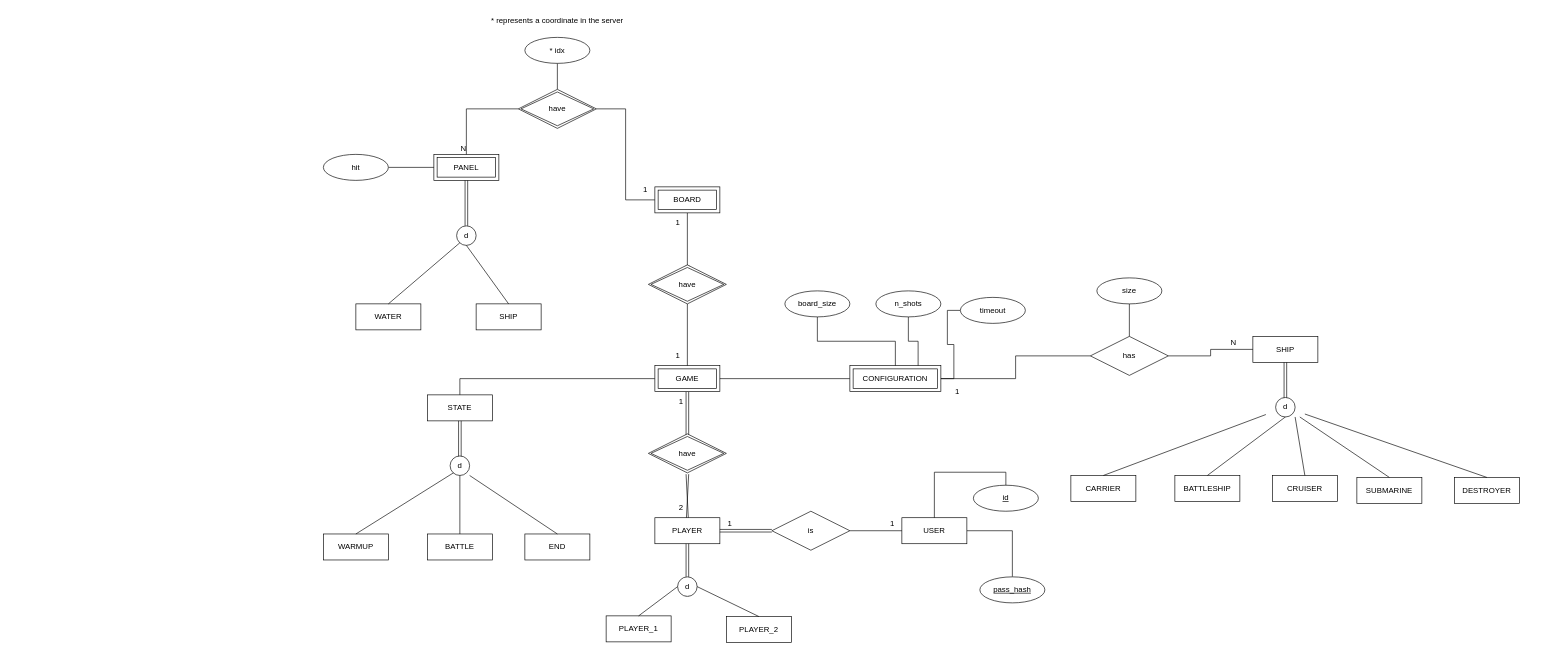
MiguelRocha2001/ISEL-DAW-Battleships-Game keeps this draw.io diagram as code/daw-battleship-game/src/main/sql/diagram.drawio. Above is the earlier version. Source tidied: cells renumbered, new cells numbered last; positions are measured from the earlier drawing's top-left corner, leaving out a move shared by most shapes. Both pictures are drawn from the tidied source at 65%, with x=0, y=0 at pixel (323, 11).
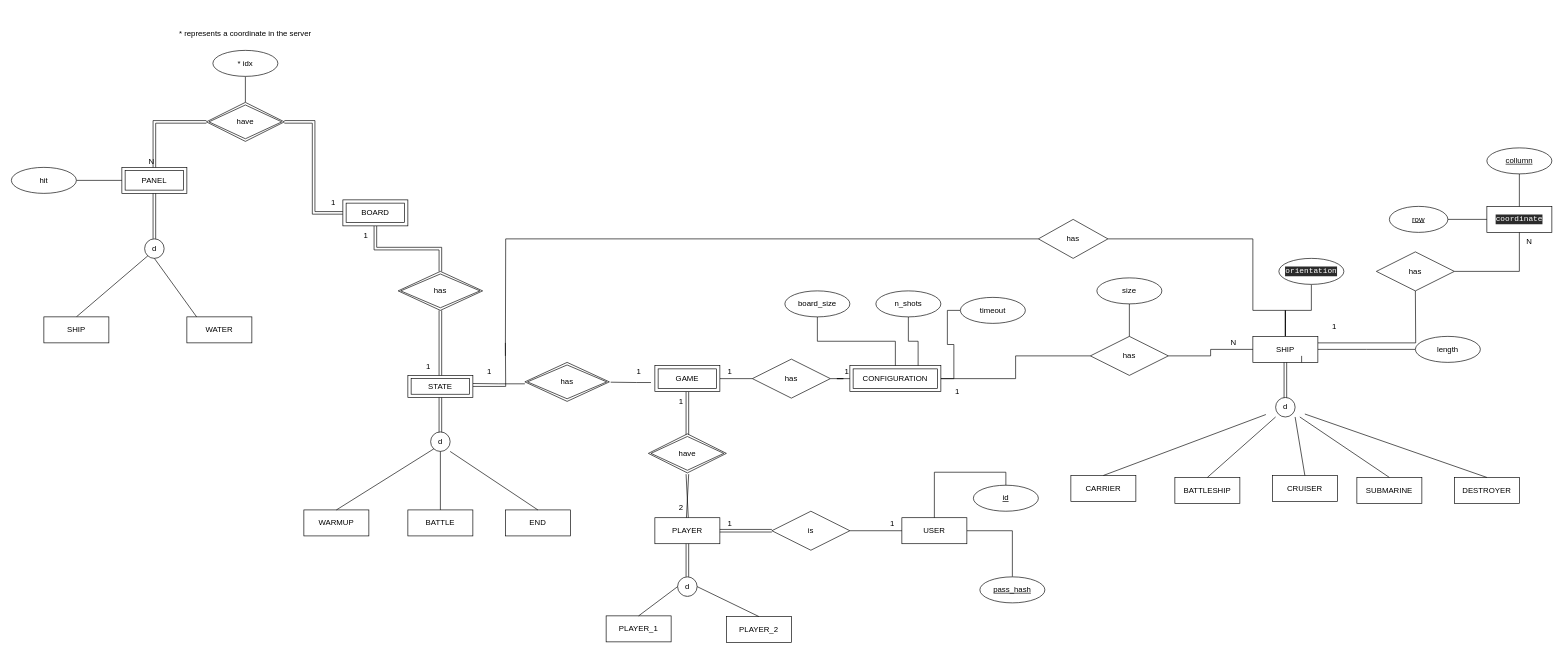
The same page after the edit.

The change refers to these unchanged cells:
```xml
<mxCell id="26" value="GAME" style="shape=ext;margin=3;double=1;whiteSpace=wrap;html=1;align=center;" parent="1" vertex="1">
  <mxGeometry x="510" y="545" width="100" height="40" as="geometry" />
</mxCell>
<mxCell id="40" value="CONFIGURATION" style="shape=ext;margin=3;double=1;whiteSpace=wrap;html=1;align=center;" parent="1" vertex="1">
  <mxGeometry x="810" y="545" width="140" height="40" as="geometry" />
</mxCell>
<mxCell id="47" value="SHIP" style="whiteSpace=wrap;html=1;align=center;" parent="1" vertex="1">
  <mxGeometry x="1430" y="500" width="100" height="40" as="geometry" />
</mxCell>
<mxCell id="51" value="d" style="text;html=1;strokeColor=none;fillColor=none;align=center;verticalAlign=middle;whiteSpace=wrap;rounded=0;" parent="1" vertex="1">
  <mxGeometry x="1450" y="594" width="60" height="30" as="geometry" />
</mxCell>
```

Diff of the diagram source:
```diff
@@
-    <mxCell id="25" style="edgeStyle=orthogonalEdgeStyle;rounded=0;jettySize=auto;html=1;entryX=0.5;entryY=0;entryDx=0;entryDy=0;endArrow=none;endFill=0;" parent="1" edge="1" source="26" target="28">
-      <mxGeometry relative="1" as="geometry" />
-    </mxCell>
+    <mxCell id="92" style="edgeStyle=orthogonalEdgeStyle;rounded=0;jettySize=auto;html=1;fontColor=#FFFFFF;endArrow=none;endFill=0;" parent="1" edge="1" source="26" target="124">
+      <mxGeometry relative="1" as="geometry" />
+    </mxCell>
@@
-    <mxCell id="28" value="STATE" style="whiteSpace=wrap;html=1;align=center;" parent="1" vertex="1">
-      <mxGeometry x="160" y="590" width="100" height="40" as="geometry" />
-    </mxCell>
-    <mxCell id="29" style="shape=link;html=1;rounded=0;exitX=0.5;exitY=1;exitDx=0;exitDy=0;endArrow=none;" parent="1" edge="1" source="28">
-      <mxGeometry relative="1" as="geometry">
-        <mxPoint x="210" y="690" as="targetPoint" />
-      </mxGeometry>
-    </mxCell>
-    <mxCell id="30" value="WARMUP" style="whiteSpace=wrap;html=1;align=center;" parent="1" vertex="1">
-      <mxGeometry y="804" width="100" height="40" as="geometry" />
-    </mxCell>
-    <mxCell id="31" style="ellipse;whiteSpace=wrap;html=1;" parent="1" vertex="1">
-      <mxGeometry x="195" y="684" width="30" height="30" as="geometry" />
-    </mxCell>
-    <mxCell id="32" value="d" style="text;html=1;strokeColor=none;fillColor=none;align=center;verticalAlign=middle;whiteSpace=wrap;rounded=0;" parent="1" vertex="1">
-      <mxGeometry x="180" y="684" width="60" height="30" as="geometry" />
-    </mxCell>
-    <mxCell id="33" style="endArrow=none;html=1;rounded=0;exitX=0.5;exitY=0;exitDx=0;exitDy=0;" parent="1" edge="1" source="30">
-      <mxGeometry relative="1" as="geometry">
-        <mxPoint x="200" y="710" as="targetPoint" />
-      </mxGeometry>
-    </mxCell>
-    <mxCell id="34" value="BATTLE" style="whiteSpace=wrap;html=1;align=center;" parent="1" vertex="1">
-      <mxGeometry x="160" y="804" width="100" height="40" as="geometry" />
-    </mxCell>
-    <mxCell id="35" value="END" style="whiteSpace=wrap;html=1;align=center;" parent="1" vertex="1">
-      <mxGeometry x="310" y="804" width="100" height="40" as="geometry" />
-    </mxCell>
-    <mxCell id="36" style="endArrow=none;html=1;rounded=0;exitX=0.5;exitY=0;exitDx=0;exitDy=0;entryX=0.5;entryY=1;entryDx=0;entryDy=0;" parent="1" edge="1" source="34" target="32">
-      <mxGeometry relative="1" as="geometry" />
-    </mxCell>
-    <mxCell id="37" style="endArrow=none;html=1;rounded=0;exitX=0.5;exitY=0;exitDx=0;exitDy=0;entryX=0.75;entryY=1;entryDx=0;entryDy=0;" parent="1" edge="1" source="35" target="32">
-      <mxGeometry relative="1" as="geometry" />
-    </mxCell>
-    <mxCell id="38" style="edgeStyle=orthogonalEdgeStyle;rounded=0;jettySize=auto;html=1;endArrow=none;endFill=0;" parent="1" edge="1" source="40" target="26">
-      <mxGeometry relative="1" as="geometry" />
-    </mxCell>
@@
+    <mxCell id="93" style="edgeStyle=orthogonalEdgeStyle;rounded=0;jettySize=auto;html=1;entryX=0.5;entryY=1;entryDx=0;entryDy=0;endArrow=none;endFill=0;" parent="1" edge="1" source="47" target="111">
+      <mxGeometry relative="1" as="geometry" />
+    </mxCell>
+    <mxCell id="94" style="edgeStyle=orthogonalEdgeStyle;rounded=0;jettySize=auto;html=1;exitX=1;exitY=0.25;exitDx=0;exitDy=0;entryX=0;entryY=0.5;entryDx=0;entryDy=0;endArrow=none;endFill=0;" parent="1" edge="1" source="47">
+      <mxGeometry relative="1" as="geometry">
+        <mxPoint x="1680" y="430" as="targetPoint" />
+      </mxGeometry>
+    </mxCell>
+    <mxCell id="95" style="edgeStyle=orthogonalEdgeStyle;rounded=0;jettySize=auto;html=1;endArrow=none;endFill=0;" parent="1" edge="1" source="47">
+      <mxGeometry relative="1" as="geometry">
+        <mxPoint x="1680" y="520" as="targetPoint" />
+      </mxGeometry>
+    </mxCell>
+    <mxCell id="96" style="edgeStyle=orthogonalEdgeStyle;rounded=0;jettySize=auto;html=1;exitX=0.5;exitY=0;exitDx=0;exitDy=0;fontColor=#FFFFFF;endArrow=none;endFill=0;" parent="1" edge="1" source="47">
+      <mxGeometry relative="1" as="geometry">
+        <mxPoint x="1480" y="460" as="targetPoint" />
+      </mxGeometry>
+    </mxCell>
+    <mxCell id="97" style="edgeStyle=orthogonalEdgeStyle;rounded=0;jettySize=auto;html=1;fontColor=#FFFFFF;endArrow=none;endFill=0;entryX=1;entryY=0.5;entryDx=0;entryDy=0;" parent="1" edge="1" source="47" target="122">
+      <mxGeometry relative="1" as="geometry">
+        <Array as="points">
+          <mxPoint x="1480" y="460" />
+          <mxPoint x="1430" y="460" />
+          <mxPoint x="1430" y="350" />
+        </Array>
+      </mxGeometry>
+    </mxCell>
@@
     <mxCell id="53" value="BATTLESHIP" style="whiteSpace=wrap;html=1;align=center;" parent="1" vertex="1">
-      <mxGeometry x="1310" y="714" width="100" height="40" as="geometry" />
+      <mxGeometry x="1310" y="717" width="100" height="40" as="geometry" />
     </mxCell>
@@
-    <mxCell id="55" style="endArrow=none;html=1;rounded=0;exitX=0.5;exitY=0;exitDx=0;exitDy=0;entryX=0.5;entryY=1;entryDx=0;entryDy=0;" parent="1" edge="1" source="53" target="51">
+    <mxCell id="55" style="endArrow=none;html=1;rounded=0;exitX=0.5;exitY=0;exitDx=0;exitDy=0;entryX=0.25;entryY=1;entryDx=0;entryDy=0;" parent="1" edge="1" source="53" target="51">
       <mxGeometry relative="1" as="geometry" />
     </mxCell>
@@
-    <mxCell id="68" style="edgeStyle=orthogonalEdgeStyle;rounded=0;jettySize=auto;html=1;entryX=0.5;entryY=0.167;entryDx=0;entryDy=0;entryPerimeter=0;" parent="1" edge="1" source="70" target="72">
-      <mxGeometry relative="1" as="geometry" />
-    </mxCell>
-    <mxCell id="69" style="edgeStyle=orthogonalEdgeStyle;rounded=0;jettySize=auto;html=1;entryX=1;entryY=0.5;entryDx=0;entryDy=0;endArrow=none;endFill=0;" parent="1" edge="1" source="70" target="86">
+    <mxCell id="69" style="edgeStyle=orthogonalEdgeStyle;rounded=0;jettySize=auto;html=1;entryX=1;entryY=0.5;entryDx=0;entryDy=0;endArrow=none;endFill=0;shape=link;" parent="1" edge="1" source="70" target="86">
       <mxGeometry relative="1" as="geometry" />
     </mxCell>
+    <mxCell id="98" style="edgeStyle=orthogonalEdgeStyle;rounded=0;jettySize=auto;html=1;entryX=0.5;entryY=0;entryDx=0;entryDy=0;endArrow=none;endFill=0;shape=link;" parent="1" edge="1" source="70" target="107">
+      <mxGeometry relative="1" as="geometry" />
+    </mxCell>
     <mxCell id="70" value="BOARD" style="shape=ext;margin=3;double=1;whiteSpace=wrap;html=1;align=center;" parent="1" vertex="1">
-      <mxGeometry x="510" y="270" width="100" height="40" as="geometry" />
+      <mxGeometry x="30" y="290" width="100" height="40" as="geometry" />
     </mxCell>
-    <mxCell id="71" style="edgeStyle=orthogonalEdgeStyle;rounded=0;jettySize=auto;html=1;endArrow=none;endFill=0;" parent="1" edge="1" source="72" target="26">
-      <mxGeometry relative="1" as="geometry" />
-    </mxCell>
-    <mxCell id="72" value="have" style="shape=rhombus;double=1;perimeter=rhombusPerimeter;whiteSpace=wrap;html=1;align=center;" parent="1" vertex="1">
-      <mxGeometry x="500" y="390" width="120" height="60" as="geometry" />
-    </mxCell>
     <mxCell id="73" value="1" style="text;html=1;align=center;verticalAlign=middle;strokeColor=none;fillColor=none;" parent="1" vertex="1">
-      <mxGeometry x="530" y="515" width="30" height="30" as="geometry" />
+      <mxGeometry x="470" y="540" width="30" height="30" as="geometry" />
     </mxCell>
     <mxCell id="74" value="1" style="text;html=1;align=center;verticalAlign=middle;strokeColor=none;fillColor=none;" parent="1" vertex="1">
-      <mxGeometry x="530" y="310" width="30" height="30" as="geometry" />
+      <mxGeometry x="50" y="330" width="30" height="30" as="geometry" />
     </mxCell>
     <mxCell id="75" value="PANEL" style="shape=ext;margin=3;double=1;whiteSpace=wrap;html=1;align=center;" parent="1" vertex="1">
-      <mxGeometry x="170" y="220" width="100" height="40" as="geometry" />
+      <mxGeometry x="-310" y="240" width="100" height="40" as="geometry" />
     </mxCell>
     <mxCell id="76" value="WATER" style="whiteSpace=wrap;html=1;align=center;" parent="1" vertex="1">
-      <mxGeometry x="50" y="450" width="100" height="40" as="geometry" />
+      <mxGeometry x="-210" y="470" width="100" height="40" as="geometry" />
     </mxCell>
     <mxCell id="77" style="ellipse;whiteSpace=wrap;html=1;" parent="1" vertex="1">
-      <mxGeometry x="205" y="330" width="30" height="30" as="geometry" />
+      <mxGeometry x="-275" y="350" width="30" height="30" as="geometry" />
     </mxCell>
     <mxCell id="78" value="d" style="text;html=1;strokeColor=none;fillColor=none;align=center;verticalAlign=middle;whiteSpace=wrap;rounded=0;" parent="1" vertex="1">
-      <mxGeometry x="190" y="330" width="60" height="30" as="geometry" />
+      <mxGeometry x="-290" y="350" width="60" height="30" as="geometry" />
     </mxCell>
-    <mxCell id="79" style="endArrow=none;html=1;rounded=0;exitX=0.5;exitY=0;exitDx=0;exitDy=0;" parent="1" edge="1" source="76">
+    <mxCell id="79" style="endArrow=none;html=1;rounded=0;exitX=0.5;exitY=0;exitDx=0;exitDy=0;" parent="1" edge="1">
       <mxGeometry relative="1" as="geometry">
-        <mxPoint x="210" y="356" as="targetPoint" />
+        <mxPoint x="-380" y="470" as="sourcePoint" />
+        <mxPoint x="-270" y="376" as="targetPoint" />
       </mxGeometry>
     </mxCell>
     <mxCell id="80" value="SHIP" style="whiteSpace=wrap;html=1;align=center;" parent="1" vertex="1">
-      <mxGeometry x="235" y="450" width="100" height="40" as="geometry" />
+      <mxGeometry x="-430" y="470" width="100" height="40" as="geometry" />
     </mxCell>
-    <mxCell id="81" style="endArrow=none;html=1;rounded=0;exitX=0.5;exitY=0;exitDx=0;exitDy=0;entryX=0.5;entryY=1;entryDx=0;entryDy=0;" parent="1" edge="1" source="80" target="78">
-      <mxGeometry relative="1" as="geometry" />
+    <mxCell id="81" style="endArrow=none;html=1;rounded=0;exitX=0.5;exitY=0;exitDx=0;exitDy=0;entryX=0.5;entryY=1;entryDx=0;entryDy=0;" parent="1" edge="1" target="78">
+      <mxGeometry relative="1" as="geometry">
+        <mxPoint x="-195" y="470" as="sourcePoint" />
+      </mxGeometry>
     </mxCell>
@@
-    <mxCell id="84" style="edgeStyle=orthogonalEdgeStyle;rounded=0;jettySize=auto;html=1;endArrow=none;endFill=0;" parent="1" edge="1" source="86" target="75">
+    <mxCell id="84" style="edgeStyle=orthogonalEdgeStyle;rounded=0;jettySize=auto;html=1;endArrow=none;endFill=0;shape=link;" parent="1" edge="1" source="86" target="75">
       <mxGeometry relative="1" as="geometry" />
     </mxCell>
@@
     <mxCell id="86" value="have" style="shape=rhombus;double=1;perimeter=rhombusPerimeter;whiteSpace=wrap;html=1;align=center;" parent="1" vertex="1">
-      <mxGeometry x="300" y="120" width="120" height="60" as="geometry" />
+      <mxGeometry x="-180" y="140" width="120" height="60" as="geometry" />
     </mxCell>
     <mxCell id="87" value="1" style="text;html=1;align=center;verticalAlign=middle;strokeColor=none;fillColor=none;" parent="1" vertex="1">
-      <mxGeometry x="480" y="259" width="30" height="30" as="geometry" />
+      <mxGeometry y="279" width="30" height="30" as="geometry" />
     </mxCell>
@@
     <mxCell id="89" value="hit" style="ellipse;whiteSpace=wrap;html=1;align=center;" parent="1" vertex="1">
-      <mxGeometry y="220" width="100" height="40" as="geometry" />
+      <mxGeometry x="-480" y="240" width="100" height="40" as="geometry" />
     </mxCell>
     <mxCell id="90" value="* idx" style="ellipse;whiteSpace=wrap;html=1;align=center;" parent="1" vertex="1">
-      <mxGeometry x="310" y="40" width="100" height="40" as="geometry" />
+      <mxGeometry x="-170" y="60" width="100" height="40" as="geometry" />
     </mxCell>
     <mxCell id="91" value="* represents a coordinate in the server" style="text;html=1;strokeColor=none;fillColor=none;align=center;verticalAlign=middle;whiteSpace=wrap;rounded=0;" parent="1" vertex="1">
-      <mxGeometry x="240" width="240" height="30" as="geometry" />
+      <mxGeometry x="-240" y="20" width="240" height="30" as="geometry" />
     </mxCell>
+    <mxCell id="99" value="has" style="shape=rhombus;double=1;perimeter=rhombusPerimeter;whiteSpace=wrap;html=1;align=center;" parent="1" vertex="1">
+      <mxGeometry x="310" y="540" width="130" height="60" as="geometry" />
+    </mxCell>
+    <mxCell id="100" style="shape=link;html=1;rounded=0;exitX=0.5;exitY=1;exitDx=0;exitDy=0;endArrow=none;" parent="1" edge="1">
+      <mxGeometry relative="1" as="geometry">
+        <mxPoint x="180" y="593" as="sourcePoint" />
+        <mxPoint x="180" y="653" as="targetPoint" />
+      </mxGeometry>
+    </mxCell>
+    <mxCell id="30" value="WARMUP" style="whiteSpace=wrap;html=1;align=center;" parent="1" vertex="1">
+      <mxGeometry x="-30" y="767" width="100" height="40" as="geometry" />
+    </mxCell>
+    <mxCell id="101" style="ellipse;whiteSpace=wrap;html=1;" parent="1" vertex="1">
+      <mxGeometry x="165" y="647" width="30" height="30" as="geometry" />
+    </mxCell>
+    <mxCell id="32" value="d" style="text;html=1;strokeColor=none;fillColor=none;align=center;verticalAlign=middle;whiteSpace=wrap;rounded=0;" parent="1" vertex="1">
+      <mxGeometry x="150" y="647" width="60" height="30" as="geometry" />
+    </mxCell>
+    <mxCell id="102" style="endArrow=none;html=1;rounded=0;exitX=0.5;exitY=0;exitDx=0;exitDy=0;" parent="1" edge="1" source="30">
+      <mxGeometry relative="1" as="geometry">
+        <mxPoint x="170" y="673" as="targetPoint" />
+      </mxGeometry>
+    </mxCell>
+    <mxCell id="34" value="BATTLE" style="whiteSpace=wrap;html=1;align=center;" parent="1" vertex="1">
+      <mxGeometry x="130" y="767" width="100" height="40" as="geometry" />
+    </mxCell>
+    <mxCell id="35" value="END" style="whiteSpace=wrap;html=1;align=center;" parent="1" vertex="1">
+      <mxGeometry x="280" y="767" width="100" height="40" as="geometry" />
+    </mxCell>
+    <mxCell id="36" style="endArrow=none;html=1;rounded=0;exitX=0.5;exitY=0;exitDx=0;exitDy=0;entryX=0.5;entryY=1;entryDx=0;entryDy=0;" parent="1" edge="1" source="34" target="32">
+      <mxGeometry relative="1" as="geometry" />
+    </mxCell>
+    <mxCell id="37" style="endArrow=none;html=1;rounded=0;exitX=0.5;exitY=0;exitDx=0;exitDy=0;entryX=0.75;entryY=1;entryDx=0;entryDy=0;" parent="1" edge="1" source="35" target="32">
+      <mxGeometry relative="1" as="geometry" />
+    </mxCell>
+    <mxCell id="103" style="edgeStyle=orthogonalEdgeStyle;rounded=0;orthogonalLoop=1;jettySize=auto;html=1;endArrow=none;endFill=0;" parent="1" edge="1">
+      <mxGeometry relative="1" as="geometry">
+        <mxPoint x="310" y="573" as="sourcePoint" />
+        <mxPoint x="230" y="572.5" as="targetPoint" />
+        <Array as="points">
+          <mxPoint x="270" y="573" />
+        </Array>
+      </mxGeometry>
+    </mxCell>
+    <mxCell id="104" style="edgeStyle=orthogonalEdgeStyle;rounded=0;orthogonalLoop=1;jettySize=auto;html=1;endArrow=none;endFill=0;" parent="1" edge="1">
+      <mxGeometry relative="1" as="geometry">
+        <mxPoint x="504" y="571" as="sourcePoint" />
+        <mxPoint x="442" y="570.5" as="targetPoint" />
+        <Array as="points">
+          <mxPoint x="482" y="571" />
+        </Array>
+      </mxGeometry>
+    </mxCell>
+    <mxCell id="105" value="1" style="text;html=1;align=center;verticalAlign=middle;strokeColor=none;fillColor=none;" parent="1" vertex="1">
+      <mxGeometry x="240" y="540" width="30" height="30" as="geometry" />
+    </mxCell>
+    <mxCell id="106" style="edgeStyle=orthogonalEdgeStyle;rounded=0;jettySize=auto;html=1;fontColor=#FFFFFF;endArrow=none;endFill=0;" parent="1" edge="1" source="28">
+      <mxGeometry relative="1" as="geometry">
+        <mxPoint x="280" y="510" as="targetPoint" />
+      </mxGeometry>
+    </mxCell>
+    <mxCell id="28" value="STATE" style="shape=ext;margin=3;double=1;whiteSpace=wrap;html=1;align=center;" parent="1" vertex="1">
+      <mxGeometry x="130" y="560" width="100" height="34" as="geometry" />
+    </mxCell>
+    <mxCell id="107" value="has" style="shape=rhombus;double=1;perimeter=rhombusPerimeter;whiteSpace=wrap;html=1;align=center;" parent="1" vertex="1">
+      <mxGeometry x="115" y="400" width="130" height="60" as="geometry" />
+    </mxCell>
+    <mxCell id="108" style="endArrow=none;html=1;rounded=0;entryX=0.5;entryY=0;entryDx=0;entryDy=0;exitX=0.5;exitY=1;exitDx=0;exitDy=0;shape=link;" parent="1" edge="1" source="107" target="28">
+      <mxGeometry relative="1" as="geometry" />
+    </mxCell>
+    <mxCell id="109" value="1" style="html=1;align=right;verticalAlign=bottom;" parent="108" vertex="1">
+      <mxGeometry x="1" relative="1" as="geometry">
+        <mxPoint x="-15" y="-5" as="offset" />
+      </mxGeometry>
+    </mxCell>
+    <mxCell id="110" value="length" style="ellipse;whiteSpace=wrap;html=1;align=center;" parent="1" vertex="1">
+      <mxGeometry x="1680" y="500" width="100" height="40" as="geometry" />
+    </mxCell>
+    <mxCell id="111" value="&lt;pre style=&quot;background-color: rgb(43 , 43 , 43) ; font-family: &amp;#34;jetbrains mono&amp;#34; , monospace&quot;&gt;&lt;pre style=&quot;font-family: &amp;#34;jetbrains mono&amp;#34; , monospace&quot;&gt;&lt;font color=&quot;#ffffff&quot;&gt;orientation&lt;/font&gt;&lt;/pre&gt;&lt;/pre&gt;" style="ellipse;whiteSpace=wrap;html=1;align=center;" parent="1" vertex="1">
+      <mxGeometry x="1470" y="380" width="100" height="40" as="geometry" />
+    </mxCell>
+    <mxCell id="112" value="&lt;pre style=&quot;background-color: rgb(43 , 43 , 43) ; font-family: &amp;#34;jetbrains mono&amp;#34; , monospace&quot;&gt;&lt;font color=&quot;#ffffff&quot;&gt;coordinate&lt;/font&gt;&lt;/pre&gt;" style="whiteSpace=wrap;html=1;align=center;" parent="1" vertex="1">
+      <mxGeometry x="1790" y="300" width="100" height="40" as="geometry" />
+    </mxCell>
+    <mxCell id="113" style="edgeStyle=orthogonalEdgeStyle;rounded=0;jettySize=auto;html=1;fontColor=#FEF7FF;endArrow=none;endFill=0;entryX=0.5;entryY=1;entryDx=0;entryDy=0;" parent="1" edge="1" source="114" target="112">
+      <mxGeometry relative="1" as="geometry" />
+    </mxCell>
+    <mxCell id="114" value="has" style="shape=rhombus;perimeter=rhombusPerimeter;whiteSpace=wrap;html=1;align=center;" parent="1" vertex="1">
+      <mxGeometry x="1620" y="370" width="120" height="60" as="geometry" />
+    </mxCell>
+    <mxCell id="115" style="edgeStyle=orthogonalEdgeStyle;rounded=0;jettySize=auto;html=1;fontColor=#FFFFFF;endArrow=none;endFill=0;" parent="1" edge="1" source="116" target="112">
+      <mxGeometry relative="1" as="geometry" />
+    </mxCell>
+    <mxCell id="116" value="&lt;u&gt;collumn&lt;/u&gt;" style="ellipse;whiteSpace=wrap;html=1;align=center;" parent="1" vertex="1">
+      <mxGeometry x="1790" y="210" width="100" height="40" as="geometry" />
+    </mxCell>
+    <mxCell id="117" style="edgeStyle=orthogonalEdgeStyle;rounded=0;jettySize=auto;html=1;entryX=0;entryY=0.5;entryDx=0;entryDy=0;fontColor=#FFFFFF;endArrow=none;endFill=0;" parent="1" edge="1" source="118" target="112">
+      <mxGeometry relative="1" as="geometry" />
+    </mxCell>
+    <mxCell id="118" value="&lt;u&gt;row&lt;/u&gt;" style="ellipse;whiteSpace=wrap;html=1;align=center;" parent="1" vertex="1">
+      <mxGeometry x="1640" y="300" width="90" height="40" as="geometry" />
+    </mxCell>
+    <mxCell id="119" value="1" style="text;html=1;align=center;verticalAlign=middle;strokeColor=none;fillColor=none;" parent="1" vertex="1">
+      <mxGeometry x="1540" y="470" width="30" height="30" as="geometry" />
+    </mxCell>
+    <mxCell id="120" value="N" style="text;html=1;align=center;verticalAlign=middle;strokeColor=none;fillColor=none;" parent="1" vertex="1">
+      <mxGeometry x="1845" y="345" width="20" height="20" as="geometry" />
+    </mxCell>
+    <mxCell id="121" style="edgeStyle=orthogonalEdgeStyle;rounded=0;jettySize=auto;html=1;fontColor=#FFFFFF;endArrow=none;endFill=0;" parent="1" edge="1" source="122">
+      <mxGeometry relative="1" as="geometry">
+        <mxPoint x="280" y="530" as="targetPoint" />
+      </mxGeometry>
+    </mxCell>
+    <mxCell id="122" value="has" style="shape=rhombus;perimeter=rhombusPerimeter;whiteSpace=wrap;html=1;align=center;" parent="1" vertex="1">
+      <mxGeometry x="1100" y="320" width="107" height="60" as="geometry" />
+    </mxCell>
+    <mxCell id="123" style="edgeStyle=orthogonalEdgeStyle;rounded=0;jettySize=auto;html=1;entryX=0;entryY=0.5;entryDx=0;entryDy=0;fontColor=#FFFFFF;endArrow=none;endFill=0;" parent="1" edge="1" source="124" target="40">
+      <mxGeometry relative="1" as="geometry" />
+    </mxCell>
+    <mxCell id="124" value="has" style="shape=rhombus;perimeter=rhombusPerimeter;whiteSpace=wrap;html=1;align=center;" parent="1" vertex="1">
+      <mxGeometry x="660" y="535" width="120" height="60" as="geometry" />
+    </mxCell>
+    <mxCell id="125" value="1" style="text;html=1;align=center;verticalAlign=middle;strokeColor=none;fillColor=none;" parent="1" vertex="1">
+      <mxGeometry x="610" y="540" width="30" height="30" as="geometry" />
+    </mxCell>
+    <mxCell id="126" value="1" style="text;html=1;align=center;verticalAlign=middle;strokeColor=none;fillColor=none;" parent="1" vertex="1">
+      <mxGeometry x="790" y="540" width="30" height="30" as="geometry" />
+    </mxCell>
+    <mxCell id="127" style="edgeStyle=orthogonalEdgeStyle;rounded=0;orthogonalLoop=1;jettySize=auto;html=1;exitX=0.75;exitY=1;exitDx=0;exitDy=0;entryX=0.75;entryY=0.75;entryDx=0;entryDy=0;entryPerimeter=0;fontColor=#FFFFFF;endArrow=none;endFill=0;" parent="1" edge="1" source="47" target="47">
+      <mxGeometry relative="1" as="geometry" />
+    </mxCell>
```
